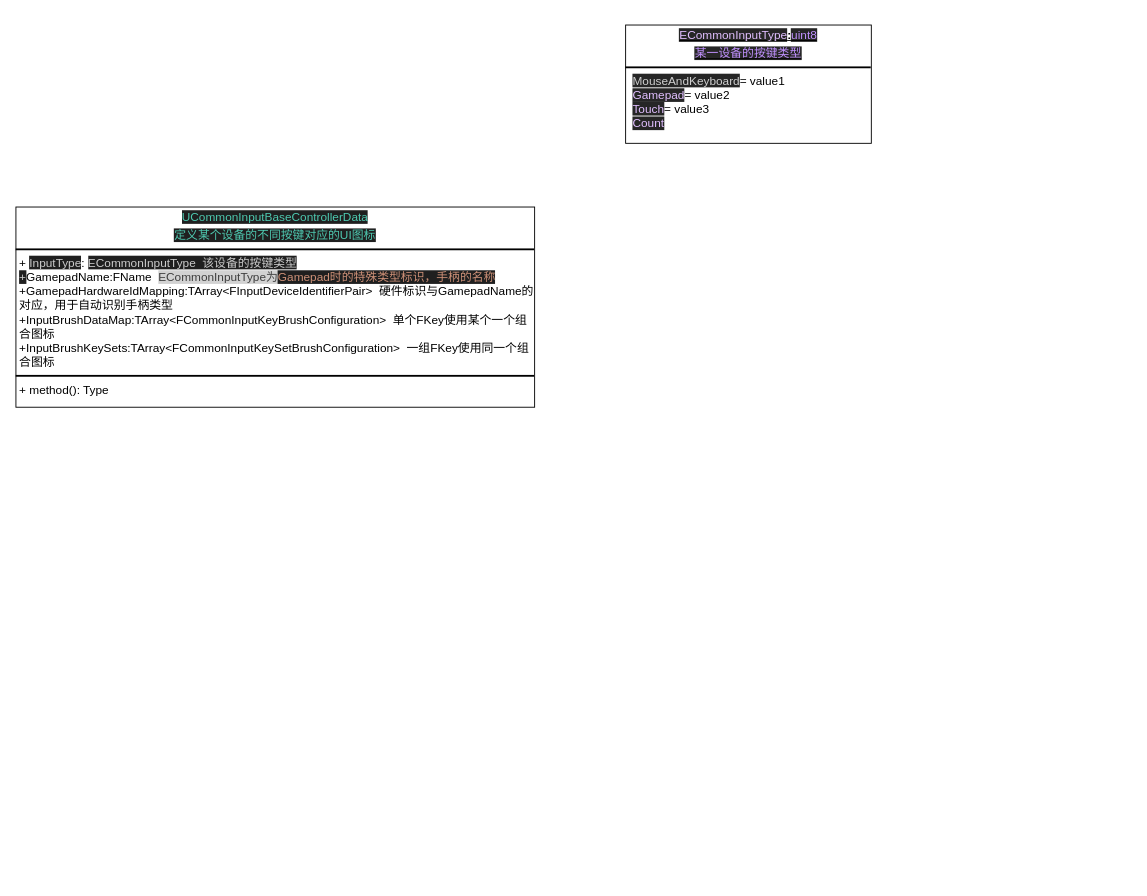
Before: page "不同设备按键与语义动作的绑定和与UI图标的绑定" (5 of 5) of Lyra.drawio in ling-shixi/meta, a draw.io diagram. Source tidied: cells renumbered, new cells numbered last; positions are measured from the earlier drawing's top-left corner, leaving out a move shared by most shapes. Both pictures are drawn from the tidied source at 91%, with x=0, y=0 at pixel (15, 25).
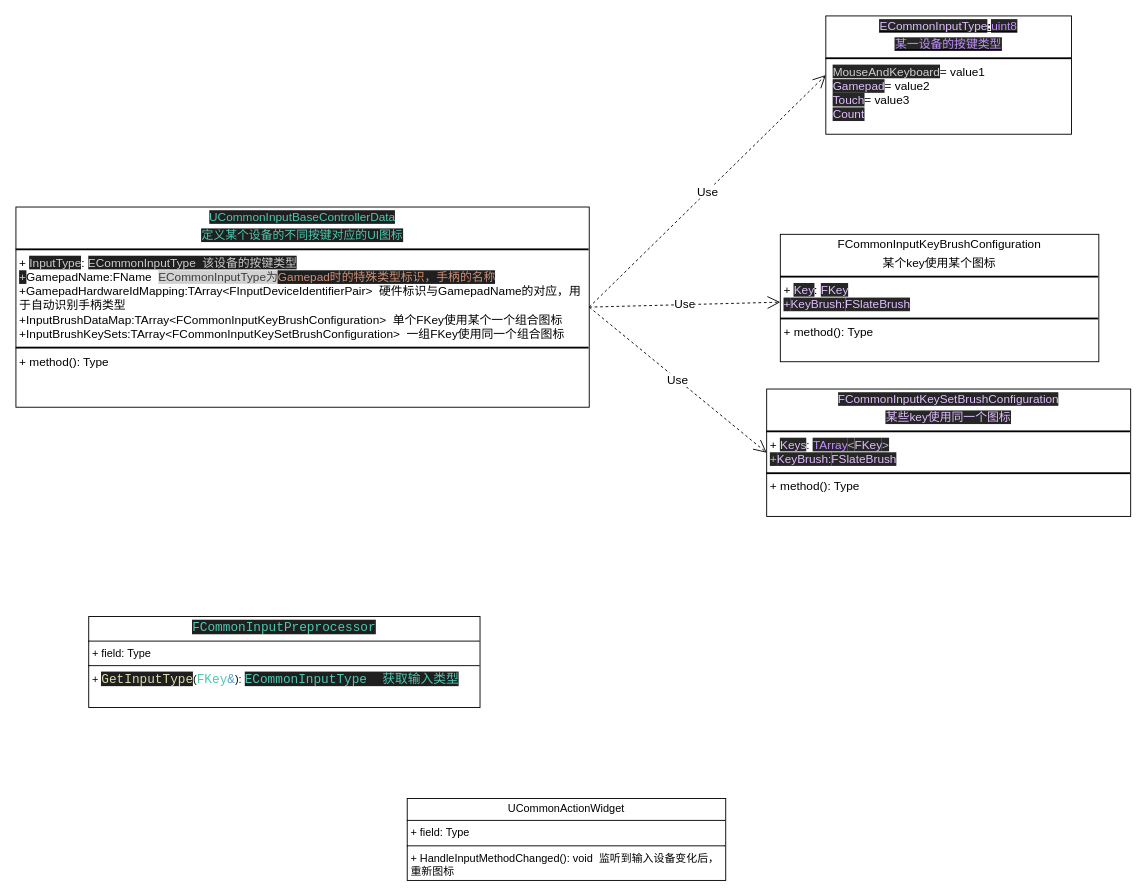
The same diagram, later.

Change to the diagram source:
```diff
@@
 <mxGraphModel>
   <root>
     <mxCell id="0" />
     <mxCell id="1" parent="0" />
     <mxCell id="2" value="&lt;p style=&quot;margin:0px;margin-top:4px;text-align:center;&quot;&gt;&lt;span style=&quot;color: rgb(78, 201, 176); background-color: rgb(31, 31, 31); white-space: pre; text-align: left;&quot;&gt;UCommonInputBaseControllerData&lt;/span&gt;&lt;/p&gt;&lt;p style=&quot;margin:0px;margin-top:4px;text-align:center;&quot;&gt;&lt;span style=&quot;color: rgb(78, 201, 176); background-color: rgb(31, 31, 31); white-space: pre; text-align: left;&quot;&gt;定义某个设备的不同按键对应的UI图标&lt;/span&gt;&lt;/p&gt;&lt;hr style=&quot;border-style:solid;&quot;&gt;&lt;p style=&quot;margin:0px;margin-left:4px;&quot;&gt;+&amp;nbsp;&lt;span style=&quot;background-color: rgb(31, 31, 31); color: rgb(204, 204, 204); white-space: pre;&quot;&gt;InputType&lt;/span&gt;&lt;span style=&quot;background-color: transparent; color: light-dark(rgb(0, 0, 0), rgb(255, 255, 255));&quot;&gt;:&amp;nbsp;&lt;/span&gt;&lt;span style=&quot;background-color: rgb(31, 31, 31); color: rgb(204, 204, 204); white-space: pre;&quot;&gt;ECommonInputType  该设备的按键类型&lt;/span&gt;&lt;/p&gt;&lt;p style=&quot;margin:0px;margin-left:4px;&quot;&gt;&lt;span style=&quot;background-color: rgb(31, 31, 31); color: rgb(204, 204, 204); white-space: pre;&quot;&gt;+&lt;/span&gt;&lt;span style=&quot;background-color: transparent; color: light-dark(rgb(0, 0, 0), rgb(255, 255, 255));&quot;&gt;GamepadName:&lt;/span&gt;&lt;span style=&quot;background-color: transparent; color: light-dark(rgb(0, 0, 0), rgb(255, 255, 255));&quot;&gt;FName&amp;nbsp;&amp;nbsp;&lt;/span&gt;&lt;span style=&quot;background-color: rgb(210, 210, 210); color: rgb(62, 62, 62); white-space: pre;&quot;&gt;ECommonInputType为&lt;/span&gt;&lt;span style=&quot;color: rgb(206, 145, 120); background-color: rgb(31, 31, 31); white-space: pre;&quot;&gt;Gamepad时的特殊类型标识，手柄的名称&lt;/span&gt;&lt;/p&gt;&lt;p style=&quot;margin:0px;margin-left:4px;&quot;&gt;+&lt;span style=&quot;background-color: transparent; color: light-dark(rgb(0, 0, 0), rgb(255, 255, 255));&quot;&gt;GamepadHardwareIdMapping:&lt;/span&gt;&lt;span style=&quot;background-color: transparent; color: light-dark(rgb(0, 0, 0), rgb(255, 255, 255));&quot;&gt;TArray&amp;lt;FInputDeviceIdentifierPair&amp;gt;&amp;nbsp; 硬件标识与&lt;/span&gt;&lt;span style=&quot;background-color: transparent; color: light-dark(rgb(0, 0, 0), rgb(255, 255, 255));&quot;&gt;GamepadName的对应，用于自动识别手柄类型&lt;/span&gt;&lt;/p&gt;&lt;p style=&quot;margin:0px;margin-left:4px;&quot;&gt;&lt;span style=&quot;background-color: transparent; color: light-dark(rgb(0, 0, 0), rgb(255, 255, 255));&quot;&gt;+&lt;/span&gt;&lt;span style=&quot;background-color: transparent; color: light-dark(rgb(0, 0, 0), rgb(255, 255, 255));&quot;&gt;InputBrushDataMap:&lt;/span&gt;&lt;span style=&quot;background-color: transparent; color: light-dark(rgb(0, 0, 0), rgb(255, 255, 255));&quot;&gt;TArray&amp;lt;FCommonInputKeyBrushConfiguration&amp;gt;&amp;nbsp; 单个FKey使用某个一个组合图标&lt;/span&gt;&lt;/p&gt;&lt;p style=&quot;margin:0px;margin-left:4px;&quot;&gt;&lt;span style=&quot;background-color: transparent; color: light-dark(rgb(0, 0, 0), rgb(255, 255, 255));&quot;&gt;+&lt;/span&gt;&lt;span style=&quot;background-color: transparent; color: light-dark(rgb(0, 0, 0), rgb(255, 255, 255));&quot;&gt;InputBrushKeySets:&lt;/span&gt;&lt;span style=&quot;background-color: transparent; color: light-dark(rgb(0, 0, 0), rgb(255, 255, 255));&quot;&gt;TArray&amp;lt;FCommonInputKeySetBrushConfiguration&amp;gt;&amp;nbsp; 一组FKey使用同一个组合图标&lt;/span&gt;&lt;/p&gt;&lt;hr style=&quot;border-style:solid;&quot;&gt;&lt;p style=&quot;margin:0px;margin-left:4px;&quot;&gt;+ method(): Type&lt;/p&gt;" style="verticalAlign=top;align=left;overflow=fill;html=1;whiteSpace=wrap;fontFamily=Helvetica;fontSize=13;" parent="1" vertex="1">
-      <mxGeometry y="200" width="570" height="220" as="geometry" />
+      <mxGeometry y="200" width="630" height="220" as="geometry" />
     </mxCell>
     <mxCell id="3" value="&lt;p style=&quot;margin:0px;margin-top:4px;text-align:center;text-decoration:underline;&quot;&gt;&lt;span style=&quot;color: rgb(225, 191, 255); background-color: rgb(38, 38, 38); text-align: left;&quot;&gt;ECommonInputType&lt;/span&gt;&lt;b&gt;:&lt;/b&gt;&lt;span style=&quot;color: rgb(193, 145, 255); background-color: rgb(38, 38, 38); text-align: left;&quot;&gt;uint8&lt;/span&gt;&lt;/p&gt;&lt;p style=&quot;margin:0px;margin-top:4px;text-align:center;text-decoration:underline;&quot;&gt;&lt;span style=&quot;color: rgb(193, 145, 255); background-color: rgb(38, 38, 38); text-align: left;&quot;&gt;某一设备的按键类型&lt;/span&gt;&lt;/p&gt;&lt;hr style=&quot;border-style:solid;&quot;&gt;&lt;p style=&quot;margin:0px;margin-left:8px;&quot;&gt;&lt;span style=&quot;background-color: rgb(38, 38, 38); color: rgb(208, 208, 208);&quot;&gt;MouseAndKeyboard&lt;/span&gt;= value1&lt;br&gt;&lt;/p&gt;&lt;p style=&quot;margin:0px;margin-left:8px;&quot;&gt;&lt;span style=&quot;color: rgb(225, 191, 255); background-color: rgb(38, 38, 38);&quot;&gt;Gamepad&lt;/span&gt;= value2&lt;br&gt;&lt;/p&gt;&lt;p style=&quot;margin:0px;margin-left:8px;&quot;&gt;&lt;span style=&quot;color: rgb(225, 191, 255); background-color: rgb(38, 38, 38);&quot;&gt;Touch&lt;/span&gt;= value3&lt;/p&gt;&lt;p style=&quot;margin:0px;margin-left:8px;&quot;&gt;&lt;span style=&quot;color: rgb(225, 191, 255); background-color: rgb(38, 38, 38);&quot;&gt;Count&lt;/span&gt;&lt;/p&gt;" style="verticalAlign=top;align=left;overflow=fill;html=1;whiteSpace=wrap;fontFamily=Helvetica;fontSize=13;" parent="1" vertex="1">
-      <mxGeometry x="670" width="270" height="130" as="geometry" />
+      <mxGeometry x="890" y="-10" width="270" height="130" as="geometry" />
     </mxCell>
+    <mxCell id="4" value="&lt;p style=&quot;margin:0px;margin-top:4px;text-align:center;&quot;&gt;&lt;span style=&quot;background-color: transparent; color: light-dark(rgb(0, 0, 0), rgb(255, 255, 255)); text-align: left;&quot;&gt;FCommonInputKeyBrushConfiguration&lt;/span&gt;&lt;/p&gt;&lt;p style=&quot;margin:0px;margin-top:4px;text-align:center;&quot;&gt;&lt;span style=&quot;background-color: transparent; color: light-dark(rgb(0, 0, 0), rgb(255, 255, 255)); text-align: left;&quot;&gt;某个key使用某个图标&lt;/span&gt;&lt;/p&gt;&lt;hr style=&quot;border-style:solid;&quot;&gt;&lt;p style=&quot;margin:0px;margin-left:4px;&quot;&gt;+&amp;nbsp;&lt;span style=&quot;color: rgb(225, 191, 255); background-color: rgb(38, 38, 38);&quot;&gt;Key&lt;/span&gt;&lt;span style=&quot;background-color: transparent; color: light-dark(rgb(0, 0, 0), rgb(255, 255, 255));&quot;&gt;:&amp;nbsp;&lt;/span&gt;&lt;span style=&quot;color: rgb(225, 191, 255); background-color: rgb(38, 38, 38);&quot;&gt;FKey&lt;/span&gt;&lt;/p&gt;&lt;p style=&quot;margin:0px;margin-left:4px;&quot;&gt;&lt;span style=&quot;color: rgb(225, 191, 255); background-color: rgb(38, 38, 38);&quot;&gt;+&lt;/span&gt;&lt;span style=&quot;color: rgb(225, 191, 255); background-color: rgb(38, 38, 38);&quot;&gt;KeyBrush:&lt;/span&gt;&lt;span style=&quot;color: rgb(225, 191, 255); background-color: rgb(38, 38, 38);&quot;&gt;FSlateBrush&lt;/span&gt;&lt;/p&gt;&lt;hr style=&quot;border-style:solid;&quot;&gt;&lt;p style=&quot;margin:0px;margin-left:4px;&quot;&gt;+ method(): Type&lt;/p&gt;" style="verticalAlign=top;align=left;overflow=fill;html=1;whiteSpace=wrap;fontFamily=Helvetica;fontSize=13;" parent="1" vertex="1">
+      <mxGeometry x="840" y="230" width="350" height="140" as="geometry" />
+    </mxCell>
+    <mxCell id="5" value="Use" style="endArrow=open;endSize=12;dashed=1;html=1;rounded=0;exitX=1;exitY=0.5;exitDx=0;exitDy=0;fontFamily=Helvetica;fontSize=13;" parent="1" edge="1" source="2" target="4">
+      <mxGeometry relative="1" as="geometry" />
+    </mxCell>
+    <mxCell id="6" value="&lt;p style=&quot;margin:0px;margin-top:4px;text-align:center;&quot;&gt;&lt;span style=&quot;color: rgb(225, 191, 255); background-color: rgb(38, 38, 38); text-align: left;&quot;&gt;FCommonInputKeySetBrushConfiguration&lt;/span&gt;&lt;/p&gt;&lt;p style=&quot;margin:0px;margin-top:4px;text-align:center;&quot;&gt;&lt;span style=&quot;color: rgb(225, 191, 255); background-color: rgb(38, 38, 38); text-align: left;&quot;&gt;某些key使用同一个图标&lt;/span&gt;&lt;/p&gt;&lt;hr style=&quot;border-style:solid;&quot;&gt;&lt;p style=&quot;margin:0px;margin-left:4px;&quot;&gt;+&amp;nbsp;&lt;span style=&quot;color: rgb(225, 191, 255); background-color: rgb(38, 38, 38);&quot;&gt;Keys&lt;/span&gt;&lt;span style=&quot;background-color: transparent; color: light-dark(rgb(0, 0, 0), rgb(255, 255, 255));&quot;&gt;:&amp;nbsp;&lt;/span&gt;&lt;span style=&quot;background-color: rgb(38, 38, 38); color: rgb(193, 145, 255);&quot;&gt;TArray&lt;/span&gt;&lt;span style=&quot;background-color: rgb(38, 38, 38); color: rgb(189, 189, 189);&quot;&gt;&amp;lt;&lt;/span&gt;&lt;span style=&quot;background-color: rgb(38, 38, 38); color: rgb(225, 191, 255);&quot;&gt;FKey&lt;/span&gt;&lt;span style=&quot;background-color: rgb(38, 38, 38); color: rgb(189, 189, 189);&quot;&gt;&amp;gt;&lt;/span&gt;&lt;/p&gt;&lt;p style=&quot;margin:0px;margin-left:4px;&quot;&gt;&lt;span style=&quot;background-color: rgb(38, 38, 38); color: rgb(189, 189, 189);&quot;&gt;+&lt;/span&gt;&lt;span style=&quot;color: rgb(225, 191, 255); background-color: rgb(38, 38, 38);&quot;&gt;KeyBrush:&lt;/span&gt;&lt;span style=&quot;color: rgb(225, 191, 255); background-color: rgb(38, 38, 38);&quot;&gt;FSlateBrush&lt;/span&gt;&lt;/p&gt;&lt;hr style=&quot;border-style:solid;&quot;&gt;&lt;p style=&quot;margin:0px;margin-left:4px;&quot;&gt;+ method(): Type&lt;/p&gt;" style="verticalAlign=top;align=left;overflow=fill;html=1;whiteSpace=wrap;fontFamily=Helvetica;fontSize=13;" parent="1" vertex="1">
+      <mxGeometry x="825" y="400" width="400" height="140" as="geometry" />
+    </mxCell>
+    <mxCell id="7" value="Use" style="endArrow=open;endSize=12;dashed=1;html=1;rounded=0;exitX=1;exitY=0.5;exitDx=0;exitDy=0;fontFamily=Helvetica;fontSize=13;entryX=0;entryY=0.5;entryDx=0;entryDy=0;" parent="1" edge="1" source="2" target="6">
+      <mxGeometry relative="1" as="geometry" />
+    </mxCell>
+    <mxCell id="8" value="Use" style="endArrow=open;endSize=12;dashed=1;html=1;rounded=0;exitX=1;exitY=0.5;exitDx=0;exitDy=0;fontFamily=Helvetica;fontSize=13;entryX=0;entryY=0.5;entryDx=0;entryDy=0;" parent="1" edge="1" source="2" target="3">
+      <mxGeometry relative="1" as="geometry" />
+    </mxCell>
+    <mxCell id="9" value="&lt;p style=&quot;margin:0px;margin-top:4px;text-align:center;&quot;&gt;&lt;span style=&quot;color: rgb(78, 201, 176); background-color: rgb(31, 31, 31); font-family: Consolas, &amp;quot;Courier New&amp;quot;, monospace; font-size: 14px; white-space: pre; text-align: left;&quot;&gt;FCommonInputPreprocessor&lt;/span&gt;&lt;/p&gt;&lt;hr size=&quot;1&quot; style=&quot;border-style:solid;&quot;&gt;&lt;p style=&quot;margin:0px;margin-left:4px;&quot;&gt;+ field: Type&lt;/p&gt;&lt;hr size=&quot;1&quot; style=&quot;border-style:solid;&quot;&gt;&lt;p style=&quot;margin:0px;margin-left:4px;&quot;&gt;+&amp;nbsp;&lt;span style=&quot;color: rgb(220, 220, 170); background-color: rgb(31, 31, 31); font-family: Consolas, &amp;quot;Courier New&amp;quot;, monospace; font-size: 14px; white-space: pre;&quot;&gt;GetInputType&lt;/span&gt;&lt;span style=&quot;background-color: transparent; color: light-dark(rgb(0, 0, 0), rgb(255, 255, 255));&quot;&gt;(&lt;/span&gt;&lt;span style=&quot;font-family: Consolas, &amp;quot;Courier New&amp;quot;, monospace; font-size: 14px; white-space: pre; color: rgb(78, 201, 176);&quot;&gt;FKey&lt;/span&gt;&lt;span style=&quot;font-family: Consolas, &amp;quot;Courier New&amp;quot;, monospace; font-size: 14px; white-space: pre; color: rgb(86, 156, 214);&quot;&gt;&amp;amp;&lt;/span&gt;&lt;span style=&quot;background-color: transparent; color: light-dark(rgb(0, 0, 0), rgb(255, 255, 255));&quot;&gt;):&amp;nbsp;&lt;/span&gt;&lt;span style=&quot;color: rgb(78, 201, 176); background-color: rgb(31, 31, 31); font-family: Consolas, &amp;quot;Courier New&amp;quot;, monospace; font-size: 14px; white-space: pre;&quot;&gt;ECommonInputType  获取输入类型&lt;/span&gt;&lt;/p&gt;" style="verticalAlign=top;align=left;overflow=fill;html=1;whiteSpace=wrap;" parent="1" vertex="1">
+      <mxGeometry x="80" y="650" width="430" height="100" as="geometry" />
+    </mxCell>
+    <mxCell id="10" value="&lt;p style=&quot;margin:0px;margin-top:4px;text-align:center;&quot;&gt;&lt;span style=&quot;background-color: transparent; color: light-dark(rgb(0, 0, 0), rgb(255, 255, 255)); text-align: left;&quot;&gt;UCommonActionWidget&lt;/span&gt;&lt;/p&gt;&lt;hr size=&quot;1&quot; style=&quot;border-style:solid;&quot;&gt;&lt;p style=&quot;margin:0px;margin-left:4px;&quot;&gt;+ field: Type&lt;/p&gt;&lt;hr size=&quot;1&quot; style=&quot;border-style:solid;&quot;&gt;&lt;p style=&quot;margin:0px;margin-left:4px;&quot;&gt;+&amp;nbsp;&lt;span style=&quot;background-color: transparent; color: light-dark(rgb(0, 0, 0), rgb(255, 255, 255));&quot;&gt;HandleInputMethodChanged&lt;/span&gt;&lt;span style=&quot;background-color: transparent; color: light-dark(rgb(0, 0, 0), rgb(255, 255, 255));&quot;&gt;():&amp;nbsp;&lt;/span&gt;&lt;span style=&quot;background-color: transparent; color: light-dark(rgb(0, 0, 0), rgb(255, 255, 255));&quot;&gt;void&amp;nbsp; 监听到输入设备变化后，重新图标&lt;/span&gt;&lt;/p&gt;" style="verticalAlign=top;align=left;overflow=fill;html=1;whiteSpace=wrap;" parent="1" vertex="1">
+      <mxGeometry x="430" y="850" width="350" height="90" as="geometry" />
+    </mxCell>
   </root>
 </mxGraphModel>
```
